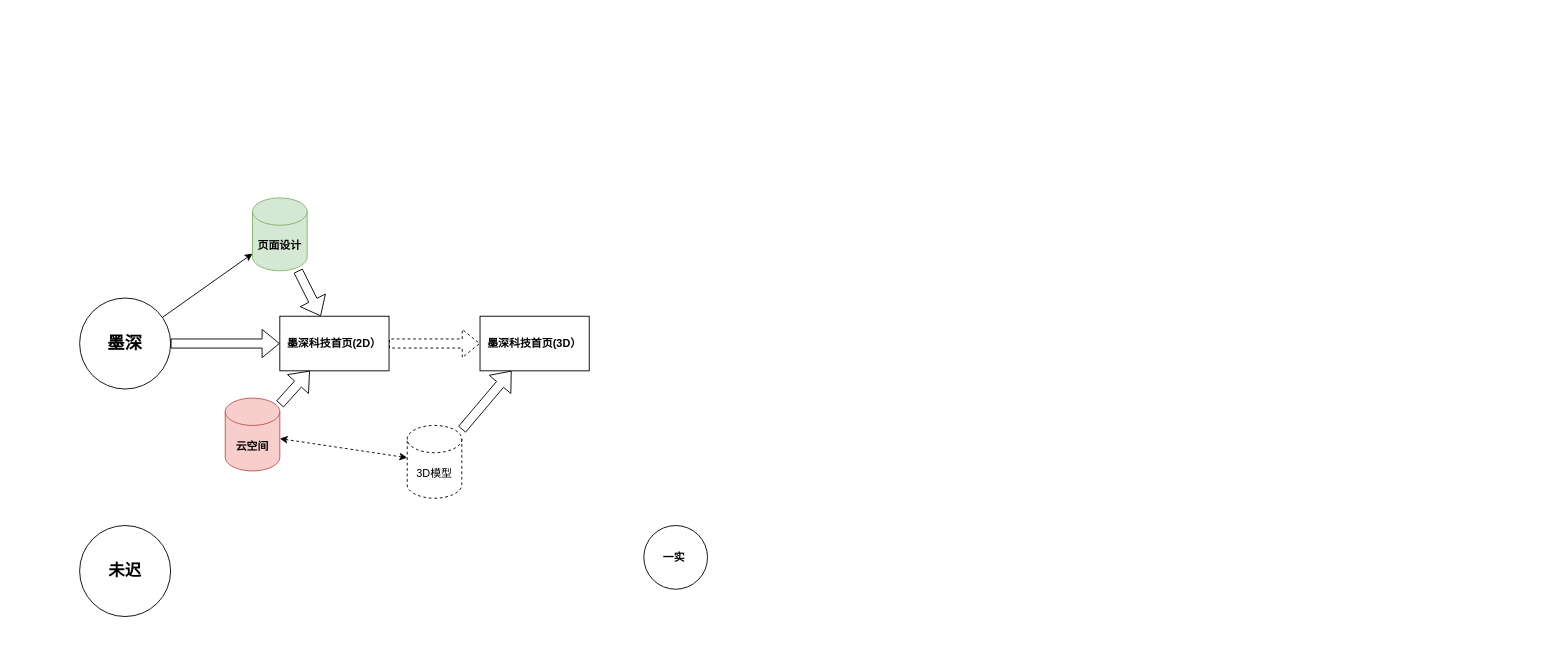
Earlier version of the draw.io diagram project.drawio (zhutoutoutousan/A-study-note-as-a-beginner). Source tidied: cells renumbered, new cells numbered last; positions are measured from the earlier drawing's top-left corner, leaving out a move shared by most shapes. Both pictures are drawn from the tidied source at 91%, with x=0, y=0 at pixel (79, 197).
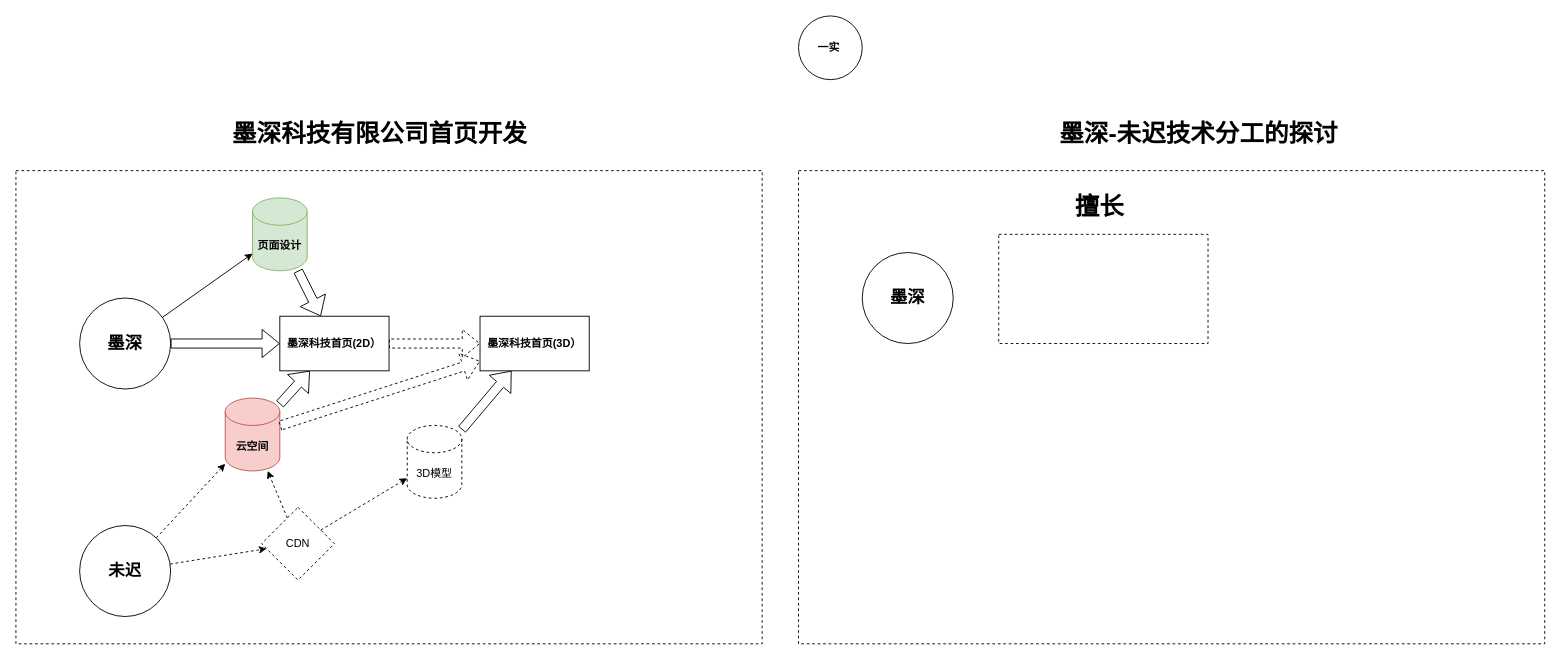
After the change.

Unchanged cells that the change refers to:
```xml
<mxCell id="3" value="&lt;b&gt;&lt;font style=&quot;font-size: 18px&quot;&gt;未迟&lt;/font&gt;&lt;/b&gt;" style="ellipse;whiteSpace=wrap;html=1;" parent="1" vertex="1">
  <mxGeometry y="360" width="100" height="100" as="geometry" />
</mxCell>
<mxCell id="9" value="&lt;b&gt;云空间&lt;/b&gt;" style="shape=cylinder3;whiteSpace=wrap;html=1;boundedLbl=1;backgroundOutline=1;size=15;fillColor=#f8cecc;strokeColor=#b85450;" parent="1" vertex="1">
  <mxGeometry x="160" y="220" width="60" height="80" as="geometry" />
</mxCell>
<mxCell id="14" value="&lt;b&gt;墨深科技首页(3D）&lt;/b&gt;" style="rounded=0;whiteSpace=wrap;html=1;" parent="1" vertex="1">
  <mxGeometry x="440" y="130" width="120" height="60" as="geometry" />
</mxCell>
<mxCell id="15" value="3D模型" style="shape=cylinder3;whiteSpace=wrap;html=1;boundedLbl=1;backgroundOutline=1;size=15;dashed=1;" parent="1" vertex="1">
  <mxGeometry x="360" y="250" width="60" height="80" as="geometry" />
</mxCell>
```

The edit, as a diff of the source:
```diff
@@
+    <mxCell id="17" style="rounded=0;whiteSpace=wrap;html=1;dashed=1;" parent="1" vertex="1">
+      <mxGeometry x="790" y="-30" width="820" height="520" as="geometry" />
+    </mxCell>
+    <mxCell id="18" style="rounded=0;whiteSpace=wrap;html=1;dashed=1;" parent="1" vertex="1">
+      <mxGeometry x="-70" y="-30" width="820" height="520" as="geometry" />
+    </mxCell>
@@
     <mxCell id="5" value="&lt;b&gt;一实&amp;nbsp;&lt;/b&gt;" style="ellipse;whiteSpace=wrap;html=1;" parent="1" vertex="1">
-      <mxGeometry x="620" y="360" width="70" height="70" as="geometry" />
+      <mxGeometry x="790" y="-200" width="70" height="70" as="geometry" />
     </mxCell>
@@
-    <mxCell id="16" style="endArrow=classic;startArrow=classic;html=1;dashed=1;" parent="1" edge="1" source="9" target="15">
-      <mxGeometry relative="1" as="geometry" />
-    </mxCell>
+    <mxCell id="19" style="endArrow=classic;html=1;dashed=1;" parent="1" edge="1" source="3" target="9">
+      <mxGeometry relative="1" as="geometry" />
+    </mxCell>
+    <mxCell id="20" value="CDN" style="rhombus;whiteSpace=wrap;html=1;dashed=1;" parent="1" vertex="1">
+      <mxGeometry x="200" y="340" width="80" height="80" as="geometry" />
+    </mxCell>
+    <mxCell id="21" style="endArrow=classic;html=1;dashed=1;" parent="1" edge="1" source="3" target="20">
+      <mxGeometry relative="1" as="geometry" />
+    </mxCell>
+    <mxCell id="22" style="endArrow=classic;html=1;dashed=1;" parent="1" edge="1" source="20" target="9">
+      <mxGeometry relative="1" as="geometry" />
+    </mxCell>
+    <mxCell id="23" style="endArrow=classic;html=1;dashed=1;" parent="1" edge="1" source="20" target="15">
+      <mxGeometry relative="1" as="geometry" />
+    </mxCell>
+    <mxCell id="24" style="shape=flexArrow;endArrow=classic;html=1;dashed=1;" parent="1" edge="1" source="9" target="14">
+      <mxGeometry relative="1" as="geometry" />
+    </mxCell>
+    <mxCell id="25" value="&lt;b&gt;&lt;font style=&quot;font-size: 27px&quot;&gt;墨深科技有限公司首页开发&lt;/font&gt;&lt;/b&gt;" style="text;html=1;strokeColor=none;fillColor=none;align=center;verticalAlign=middle;whiteSpace=wrap;rounded=0;dashed=1;" parent="1" vertex="1">
+      <mxGeometry x="160" y="-110" width="340" height="80" as="geometry" />
+    </mxCell>
+    <mxCell id="26" value="&lt;span style=&quot;font-size: 27px&quot;&gt;&lt;b&gt;墨深-未迟技术分工的探讨&lt;/b&gt;&lt;/span&gt;" style="text;html=1;strokeColor=none;fillColor=none;align=center;verticalAlign=middle;whiteSpace=wrap;rounded=0;dashed=1;" parent="1" vertex="1">
+      <mxGeometry x="1060" y="-110" width="340" height="80" as="geometry" />
+    </mxCell>
+    <mxCell id="27" value="&lt;b&gt;&lt;font style=&quot;font-size: 19px&quot;&gt;墨深&lt;/font&gt;&lt;/b&gt;" style="ellipse;whiteSpace=wrap;html=1;" parent="1" vertex="1">
+      <mxGeometry x="860" y="60" width="100" height="100" as="geometry" />
+    </mxCell>
+    <mxCell id="28" style="rounded=0;whiteSpace=wrap;html=1;dashed=1;" parent="1" vertex="1">
+      <mxGeometry x="1010" y="40" width="230" height="120" as="geometry" />
+    </mxCell>
+    <mxCell id="29" value="&lt;span style=&quot;font-size: 27px&quot;&gt;&lt;b&gt;擅长&lt;/b&gt;&lt;/span&gt;" style="text;html=1;strokeColor=none;fillColor=none;align=center;verticalAlign=middle;whiteSpace=wrap;rounded=0;dashed=1;" parent="1" vertex="1">
+      <mxGeometry x="1071" y="-20" width="100" height="60" as="geometry" />
+    </mxCell>
```
